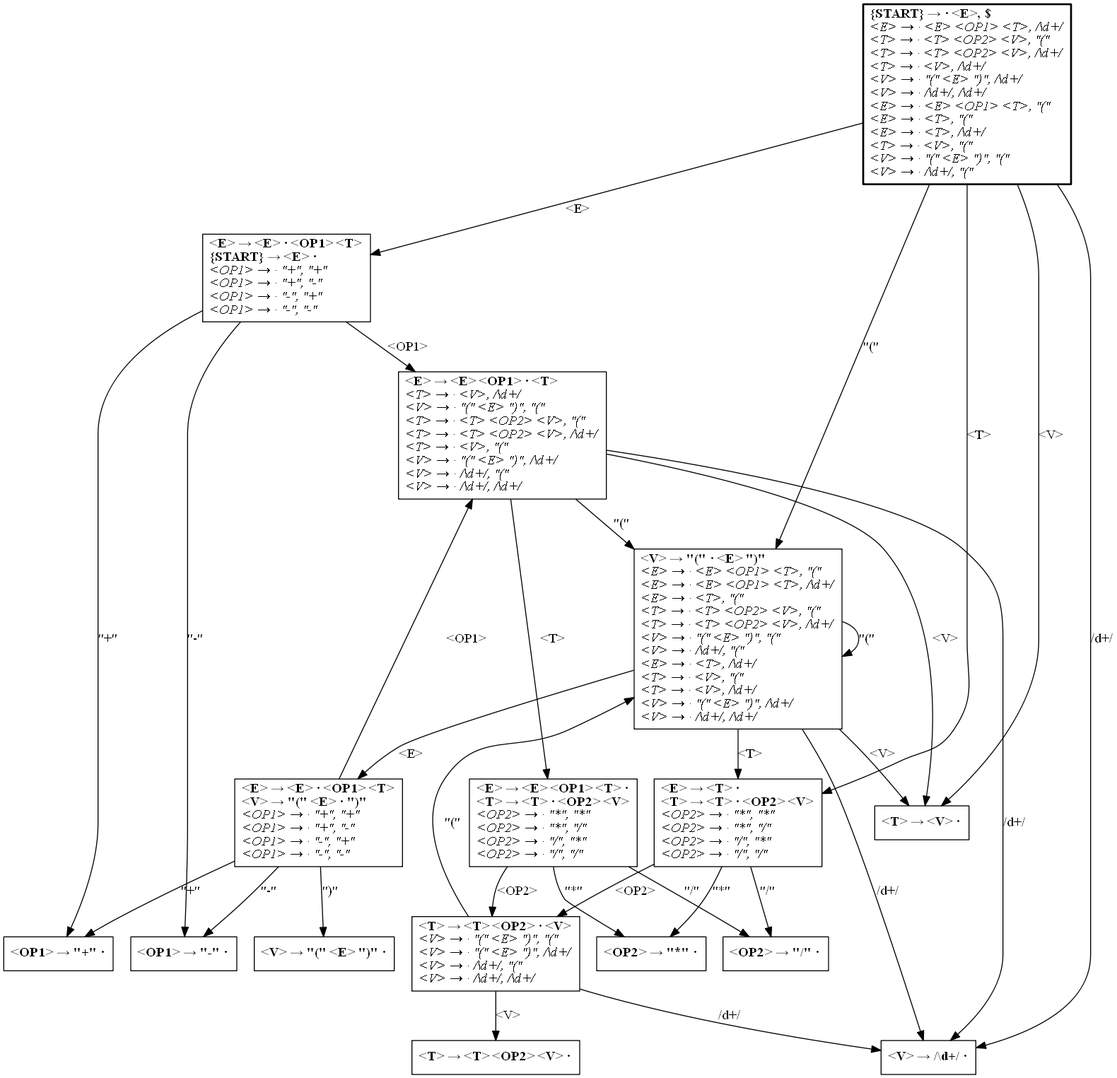
Earlier version of the Graphviz export lalr_collection_test.dot.png (tokenshift/appa). Its source is kept beside it as lalr_collection_test.dot.
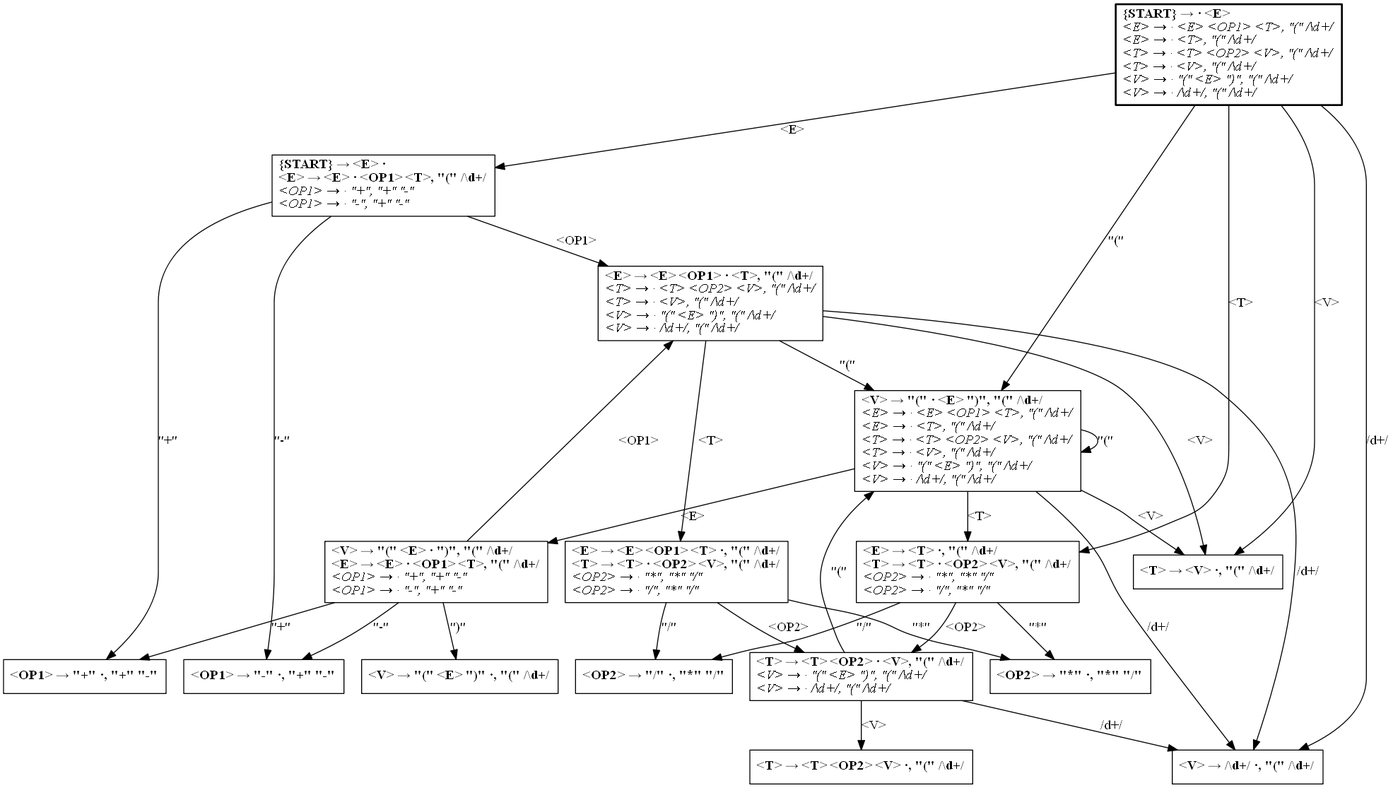
The same file after the commit.

Commit message:
LALR items can now contain multiple lookaheads.

Change to the diagram source:
```diff
@@ -3,168 +3,142 @@
 
 	1 [penwidth=2
 	label=<<b>
-	{START} → · &amp;lt;E&amp;gt;, $<br align="left" />
+	{START} → · &amp;lt;E&amp;gt;<br align="left" />
 	</b><i>
-	&amp;lt;E&amp;gt; → · &amp;lt;E&amp;gt; &amp;lt;OP1&amp;gt; &amp;lt;T&amp;gt;, /\d+/<br align="left" />
-	&amp;lt;T&amp;gt; → · &amp;lt;T&amp;gt; &amp;lt;OP2&amp;gt; &amp;lt;V&amp;gt;, "("<br align="left" />
-	&amp;lt;T&amp;gt; → · &amp;lt;T&amp;gt; &amp;lt;OP2&amp;gt; &amp;lt;V&amp;gt;, /\d+/<br align="left" />
-	&amp;lt;T&amp;gt; → · &amp;lt;V&amp;gt;, /\d+/<br align="left" />
-	&amp;lt;V&amp;gt; → · "(" &amp;lt;E&amp;gt; ")", /\d+/<br align="left" />
-	&amp;lt;V&amp;gt; → · /\d+/, /\d+/<br align="left" />
-	&amp;lt;E&amp;gt; → · &amp;lt;E&amp;gt; &amp;lt;OP1&amp;gt; &amp;lt;T&amp;gt;, "("<br align="left" />
-	&amp;lt;E&amp;gt; → · &amp;lt;T&amp;gt;, "("<br align="left" />
-	&amp;lt;E&amp;gt; → · &amp;lt;T&amp;gt;, /\d+/<br align="left" />
-	&amp;lt;T&amp;gt; → · &amp;lt;V&amp;gt;, "("<br align="left" />
-	&amp;lt;V&amp;gt; → · "(" &amp;lt;E&amp;gt; ")", "("<br align="left" />
-	&amp;lt;V&amp;gt; → · /\d+/, "("<br align="left" />
+	&amp;lt;E&amp;gt; → · &amp;lt;E&amp;gt; &amp;lt;OP1&amp;gt; &amp;lt;T&amp;gt;, "(" /\d+/<br align="left" />
+	&amp;lt;E&amp;gt; → · &amp;lt;T&amp;gt;, "(" /\d+/<br align="left" />
+	&amp;lt;T&amp;gt; → · &amp;lt;T&amp;gt; &amp;lt;OP2&amp;gt; &amp;lt;V&amp;gt;, "(" /\d+/<br align="left" />
+	&amp;lt;T&amp;gt; → · &amp;lt;V&amp;gt;, "(" /\d+/<br align="left" />
+	&amp;lt;V&amp;gt; → · "(" &amp;lt;E&amp;gt; ")", "(" /\d+/<br align="left" />
+	&amp;lt;V&amp;gt; → · /\d+/, "(" /\d+/<br align="left" />
 	</i>>];
 
 	1 -> 2 [label="<E>"];
 	1 -> 3 [label="<T>"];
-	1 -> 4 [label="/\d+/"];
-	1 -> 5 [label="<V>"];
-	1 -> 6 [label="\"(\""];
+	1 -> 4 [label="<V>"];
+	1 -> 5 [label="\"(\""];
+	1 -> 6 [label="/\d+/"];
+
+	2 [label=<<b>
+	{START} → &amp;lt;E&amp;gt; ·<br align="left" />
+	&amp;lt;E&amp;gt; → &amp;lt;E&amp;gt; · &amp;lt;OP1&amp;gt; &amp;lt;T&amp;gt;, "(" /\d+/<br align="left" />
+	</b><i>
+	&amp;lt;OP1&amp;gt; → · "+", "+" "-"<br align="left" />
+	&amp;lt;OP1&amp;gt; → · "-", "+" "-"<br align="left" />
+	</i>>];
+
+	2 -> 7 [label="<OP1>"];
+	2 -> 8 [label="\"+\""];
+	2 -> 9 [label="\"-\""];
+
+	4 [label=<<b>
+	&amp;lt;T&amp;gt; → &amp;lt;V&amp;gt; ·, "(" /\d+/<br align="left" />
+	</b>>];
+
+	7 [label=<<b>
+	&amp;lt;E&amp;gt; → &amp;lt;E&amp;gt; &amp;lt;OP1&amp;gt; · &amp;lt;T&amp;gt;, "(" /\d+/<br align="left" />
+	</b><i>
+	&amp;lt;T&amp;gt; → · &amp;lt;T&amp;gt; &amp;lt;OP2&amp;gt; &amp;lt;V&amp;gt;, "(" /\d+/<br align="left" />
+	&amp;lt;T&amp;gt; → · &amp;lt;V&amp;gt;, "(" /\d+/<br align="left" />
+	&amp;lt;V&amp;gt; → · "(" &amp;lt;E&amp;gt; ")", "(" /\d+/<br align="left" />
+	&amp;lt;V&amp;gt; → · /\d+/, "(" /\d+/<br align="left" />
+	</i>>];
+
+	7 -> 10 [label="<T>"];
+	7 -> 4 [label="<V>"];
+	7 -> 5 [label="\"(\""];
+	7 -> 6 [label="/\d+/"];
+
+	9 [label=<<b>
+	&amp;lt;OP1&amp;gt; → "-" ·, "+" "-"<br align="left" />
+	</b>>];
+
+	11 [label=<<b>
+	&amp;lt;OP2&amp;gt; → "/" ·, "*" "/"<br align="left" />
+	</b>>];
+
+	3 [label=<<b>
+	&amp;lt;E&amp;gt; → &amp;lt;T&amp;gt; ·, "(" /\d+/<br align="left" />
+	&amp;lt;T&amp;gt; → &amp;lt;T&amp;gt; · &amp;lt;OP2&amp;gt; &amp;lt;V&amp;gt;, "(" /\d+/<br align="left" />
+	</b><i>
+	&amp;lt;OP2&amp;gt; → · "*", "*" "/"<br align="left" />
+	&amp;lt;OP2&amp;gt; → · "/", "*" "/"<br align="left" />
+	</i>>];
+
+	3 -> 12 [label="<OP2>"];
+	3 -> 13 [label="\"*\""];
+	3 -> 11 [label="\"/\""];
+
+	12 [label=<<b>
+	&amp;lt;T&amp;gt; → &amp;lt;T&amp;gt; &amp;lt;OP2&amp;gt; · &amp;lt;V&amp;gt;, "(" /\d+/<br align="left" />
+	</b><i>
+	&amp;lt;V&amp;gt; → · "(" &amp;lt;E&amp;gt; ")", "(" /\d+/<br align="left" />
+	&amp;lt;V&amp;gt; → · /\d+/, "(" /\d+/<br align="left" />
+	</i>>];
+
+	12 -> 14 [label="<V>"];
+	12 -> 5 [label="\"(\""];
+	12 -> 6 [label="/\d+/"];
+
+	13 [label=<<b>
+	&amp;lt;OP2&amp;gt; → "*" ·, "*" "/"<br align="left" />
+	</b>>];
+
+	10 [label=<<b>
+	&amp;lt;E&amp;gt; → &amp;lt;E&amp;gt; &amp;lt;OP1&amp;gt; &amp;lt;T&amp;gt; ·, "(" /\d+/<br align="left" />
+	&amp;lt;T&amp;gt; → &amp;lt;T&amp;gt; · &amp;lt;OP2&amp;gt; &amp;lt;V&amp;gt;, "(" /\d+/<br align="left" />
+	</b><i>
+	&amp;lt;OP2&amp;gt; → · "*", "*" "/"<br align="left" />
+	&amp;lt;OP2&amp;gt; → · "/", "*" "/"<br align="left" />
+	</i>>];
+
+	10 -> 12 [label="<OP2>"];
+	10 -> 13 [label="\"*\""];
+	10 -> 11 [label="\"/\""];
+
+	14 [label=<<b>
+	&amp;lt;T&amp;gt; → &amp;lt;T&amp;gt; &amp;lt;OP2&amp;gt; &amp;lt;V&amp;gt; ·, "(" /\d+/<br align="left" />
+	</b>>];
 
 	6 [label=<<b>
-	&amp;lt;V&amp;gt; → "(" · &amp;lt;E&amp;gt; ")"<br align="left" />
-	</b><i>
-	&amp;lt;E&amp;gt; → · &amp;lt;E&amp;gt; &amp;lt;OP1&amp;gt; &amp;lt;T&amp;gt;, "("<br align="left" />
-	&amp;lt;E&amp;gt; → · &amp;lt;E&amp;gt; &amp;lt;OP1&amp;gt; &amp;lt;T&amp;gt;, /\d+/<br align="left" />
-	&amp;lt;E&amp;gt; → · &amp;lt;T&amp;gt;, "("<br align="left" />
-	&amp;lt;T&amp;gt; → · &amp;lt;T&amp;gt; &amp;lt;OP2&amp;gt; &amp;lt;V&amp;gt;, "("<br align="left" />
-	&amp;lt;T&amp;gt; → · &amp;lt;T&amp;gt; &amp;lt;OP2&amp;gt; &amp;lt;V&amp;gt;, /\d+/<br align="left" />
-	&amp;lt;V&amp;gt; → · "(" &amp;lt;E&amp;gt; ")", "("<br align="left" />
-	&amp;lt;V&amp;gt; → · /\d+/, "("<br align="left" />
-	&amp;lt;E&amp;gt; → · &amp;lt;T&amp;gt;, /\d+/<br align="left" />
-	&amp;lt;T&amp;gt; → · &amp;lt;V&amp;gt;, "("<br align="left" />
-	&amp;lt;T&amp;gt; → · &amp;lt;V&amp;gt;, /\d+/<br align="left" />
-	&amp;lt;V&amp;gt; → · "(" &amp;lt;E&amp;gt; ")", /\d+/<br align="left" />
-	&amp;lt;V&amp;gt; → · /\d+/, /\d+/<br align="left" />
-	</i>>];
-
-	6 -> 7 [label="<E>"];
-	6 -> 3 [label="<T>"];
-	6 -> 6 [label="\"(\""];
-	6 -> 4 [label="/\d+/"];
-	6 -> 5 [label="<V>"];
+	&amp;lt;V&amp;gt; → /\d+/ ·, "(" /\d+/<br align="left" />
+	</b>>];
 
 	8 [label=<<b>
-	&amp;lt;OP1&amp;gt; → "+" ·<br align="left" />
-	</b>>];
-
-	9 [label=<<b>
-	&amp;lt;E&amp;gt; → &amp;lt;E&amp;gt; &amp;lt;OP1&amp;gt; &amp;lt;T&amp;gt; ·<br align="left" />
-	&amp;lt;T&amp;gt; → &amp;lt;T&amp;gt; · &amp;lt;OP2&amp;gt; &amp;lt;V&amp;gt;<br align="left" />
-	</b><i>
-	&amp;lt;OP2&amp;gt; → · "*", "*"<br align="left" />
-	&amp;lt;OP2&amp;gt; → · "*", "/"<br align="left" />
-	&amp;lt;OP2&amp;gt; → · "/", "*"<br align="left" />
-	&amp;lt;OP2&amp;gt; → · "/", "/"<br align="left" />
-	</i>>];
-
-	9 -> 10 [label="<OP2>"];
-	9 -> 11 [label="\"*\""];
-	9 -> 12 [label="\"/\""];
-
-	13 [label=<<b>
-	&amp;lt;T&amp;gt; → &amp;lt;T&amp;gt; &amp;lt;OP2&amp;gt; &amp;lt;V&amp;gt; ·<br align="left" />
-	</b>>];
-
-	14 [label=<<b>
-	&amp;lt;V&amp;gt; → "(" &amp;lt;E&amp;gt; ")" ·<br align="left" />
-	</b>>];
-
-	4 [label=<<b>
-	&amp;lt;V&amp;gt; → /\d+/ ·<br align="left" />
-	</b>>];
-
-	5 [label=<<b>
-	&amp;lt;T&amp;gt; → &amp;lt;V&amp;gt; ·<br align="left" />
+	&amp;lt;OP1&amp;gt; → "+" ·, "+" "-"<br align="left" />
 	</b>>];
 
 	15 [label=<<b>
-	&amp;lt;E&amp;gt; → &amp;lt;E&amp;gt; &amp;lt;OP1&amp;gt; · &amp;lt;T&amp;gt;<br align="left" />
+	&amp;lt;V&amp;gt; → "(" &amp;lt;E&amp;gt; · ")", "(" /\d+/<br align="left" />
+	&amp;lt;E&amp;gt; → &amp;lt;E&amp;gt; · &amp;lt;OP1&amp;gt; &amp;lt;T&amp;gt;, "(" /\d+/<br align="left" />
 	</b><i>
-	&amp;lt;T&amp;gt; → · &amp;lt;V&amp;gt;, /\d+/<br align="left" />
-	&amp;lt;V&amp;gt; → · "(" &amp;lt;E&amp;gt; ")", "("<br align="left" />
-	&amp;lt;T&amp;gt; → · &amp;lt;T&amp;gt; &amp;lt;OP2&amp;gt; &amp;lt;V&amp;gt;, "("<br align="left" />
-	&amp;lt;T&amp;gt; → · &amp;lt;T&amp;gt; &amp;lt;OP2&amp;gt; &amp;lt;V&amp;gt;, /\d+/<br align="left" />
-	&amp;lt;T&amp;gt; → · &amp;lt;V&amp;gt;, "("<br align="left" />
-	&amp;lt;V&amp;gt; → · "(" &amp;lt;E&amp;gt; ")", /\d+/<br align="left" />
-	&amp;lt;V&amp;gt; → · /\d+/, "("<br align="left" />
-	&amp;lt;V&amp;gt; → · /\d+/, /\d+/<br align="left" />
+	&amp;lt;OP1&amp;gt; → · "+", "+" "-"<br align="left" />
+	&amp;lt;OP1&amp;gt; → · "-", "+" "-"<br align="left" />
 	</i>>];
 
-	15 -> 9 [label="<T>"];
-	15 -> 5 [label="<V>"];
-	15 -> 6 [label="\"(\""];
-	15 -> 4 [label="/\d+/"];
+	15 -> 16 [label="\")\""];
+	15 -> 7 [label="<OP1>"];
+	15 -> 8 [label="\"+\""];
+	15 -> 9 [label="\"-\""];
 
-	12 [label=<<b>
-	&amp;lt;OP2&amp;gt; → "/" ·<br align="left" />
-	</b>>];
-
-	7 [label=<<b>
-	&amp;lt;E&amp;gt; → &amp;lt;E&amp;gt; · &amp;lt;OP1&amp;gt; &amp;lt;T&amp;gt;<br align="left" />
-	&amp;lt;V&amp;gt; → "(" &amp;lt;E&amp;gt; · ")"<br align="left" />
+	5 [label=<<b>
+	&amp;lt;V&amp;gt; → "(" · &amp;lt;E&amp;gt; ")", "(" /\d+/<br align="left" />
 	</b><i>
-	&amp;lt;OP1&amp;gt; → · "+", "+"<br align="left" />
-	&amp;lt;OP1&amp;gt; → · "+", "-"<br align="left" />
-	&amp;lt;OP1&amp;gt; → · "-", "+"<br align="left" />
-	&amp;lt;OP1&amp;gt; → · "-", "-"<br align="left" />
+	&amp;lt;E&amp;gt; → · &amp;lt;E&amp;gt; &amp;lt;OP1&amp;gt; &amp;lt;T&amp;gt;, "(" /\d+/<br align="left" />
+	&amp;lt;E&amp;gt; → · &amp;lt;T&amp;gt;, "(" /\d+/<br align="left" />
+	&amp;lt;T&amp;gt; → · &amp;lt;T&amp;gt; &amp;lt;OP2&amp;gt; &amp;lt;V&amp;gt;, "(" /\d+/<br align="left" />
+	&amp;lt;T&amp;gt; → · &amp;lt;V&amp;gt;, "(" /\d+/<br align="left" />
+	&amp;lt;V&amp;gt; → · "(" &amp;lt;E&amp;gt; ")", "(" /\d+/<br align="left" />
+	&amp;lt;V&amp;gt; → · /\d+/, "(" /\d+/<br align="left" />
 	</i>>];
 
-	7 -> 15 [label="<OP1>"];
-	7 -> 14 [label="\")\""];
-	7 -> 8 [label="\"+\""];
-	7 -> 16 [label="\"-\""];
-
-	3 [label=<<b>
-	&amp;lt;E&amp;gt; → &amp;lt;T&amp;gt; ·<br align="left" />
-	&amp;lt;T&amp;gt; → &amp;lt;T&amp;gt; · &amp;lt;OP2&amp;gt; &amp;lt;V&amp;gt;<br align="left" />
-	</b><i>
-	&amp;lt;OP2&amp;gt; → · "*", "*"<br align="left" />
-	&amp;lt;OP2&amp;gt; → · "*", "/"<br align="left" />
-	&amp;lt;OP2&amp;gt; → · "/", "*"<br align="left" />
-	&amp;lt;OP2&amp;gt; → · "/", "/"<br align="left" />
-	</i>>];
-
-	3 -> 10 [label="<OP2>"];
-	3 -> 11 [label="\"*\""];
-	3 -> 12 [label="\"/\""];
+	5 -> 15 [label="<E>"];
+	5 -> 3 [label="<T>"];
+	5 -> 4 [label="<V>"];
+	5 -> 5 [label="\"(\""];
+	5 -> 6 [label="/\d+/"];
 
 	16 [label=<<b>
-	&amp;lt;OP1&amp;gt; → "-" ·<br align="left" />
+	&amp;lt;V&amp;gt; → "(" &amp;lt;E&amp;gt; ")" ·, "(" /\d+/<br align="left" />
 	</b>>];
-
-	11 [label=<<b>
-	&amp;lt;OP2&amp;gt; → "*" ·<br align="left" />
-	</b>>];
-
-	2 [label=<<b>
-	&amp;lt;E&amp;gt; → &amp;lt;E&amp;gt; · &amp;lt;OP1&amp;gt; &amp;lt;T&amp;gt;<br align="left" />
-	{START} → &amp;lt;E&amp;gt; ·<br align="left" />
-	</b><i>
-	&amp;lt;OP1&amp;gt; → · "+", "+"<br align="left" />
-	&amp;lt;OP1&amp;gt; → · "+", "-"<br align="left" />
-	&amp;lt;OP1&amp;gt; → · "-", "+"<br align="left" />
-	&amp;lt;OP1&amp;gt; → · "-", "-"<br align="left" />
-	</i>>];
-
-	2 -> 15 [label="<OP1>"];
-	2 -> 8 [label="\"+\""];
-	2 -> 16 [label="\"-\""];
-
-	10 [label=<<b>
-	&amp;lt;T&amp;gt; → &amp;lt;T&amp;gt; &amp;lt;OP2&amp;gt; · &amp;lt;V&amp;gt;<br align="left" />
-	</b><i>
-	&amp;lt;V&amp;gt; → · "(" &amp;lt;E&amp;gt; ")", "("<br align="left" />
-	&amp;lt;V&amp;gt; → · "(" &amp;lt;E&amp;gt; ")", /\d+/<br align="left" />
-	&amp;lt;V&amp;gt; → · /\d+/, "("<br align="left" />
-	&amp;lt;V&amp;gt; → · /\d+/, /\d+/<br align="left" />
-	</i>>];
-
-	10 -> 13 [label="<V>"];
-	10 -> 6 [label="\"(\""];
-	10 -> 4 [label="/\d+/"];
 }
```
